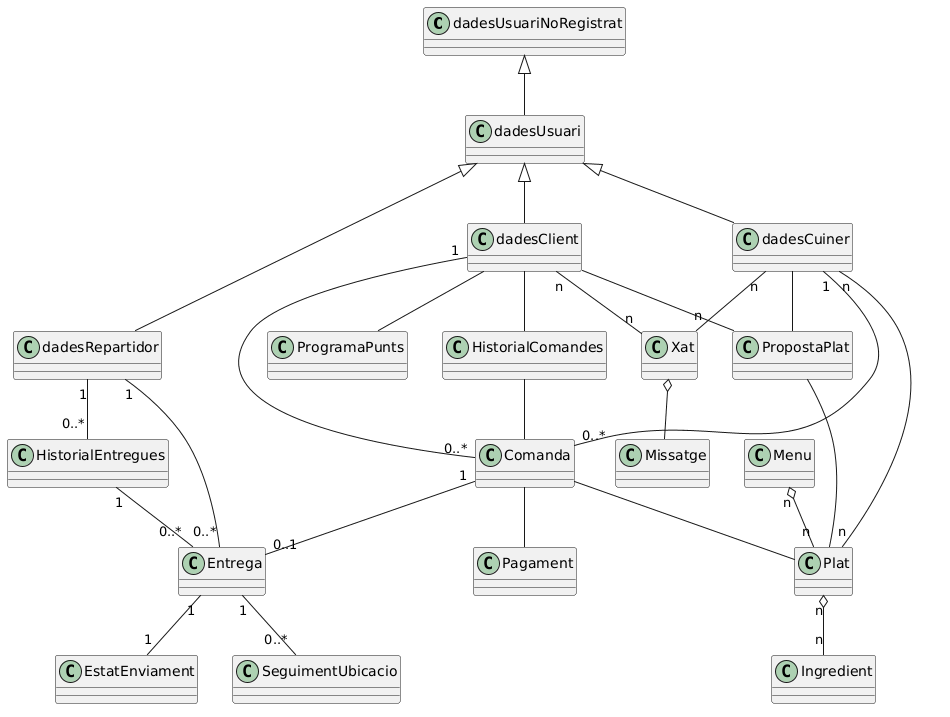
Before: others/sprint3/diagrama_clases/DiagramaGeneral.png, a diagram exported from PlantUML (AndresVT24/ES23UAB-411-5).
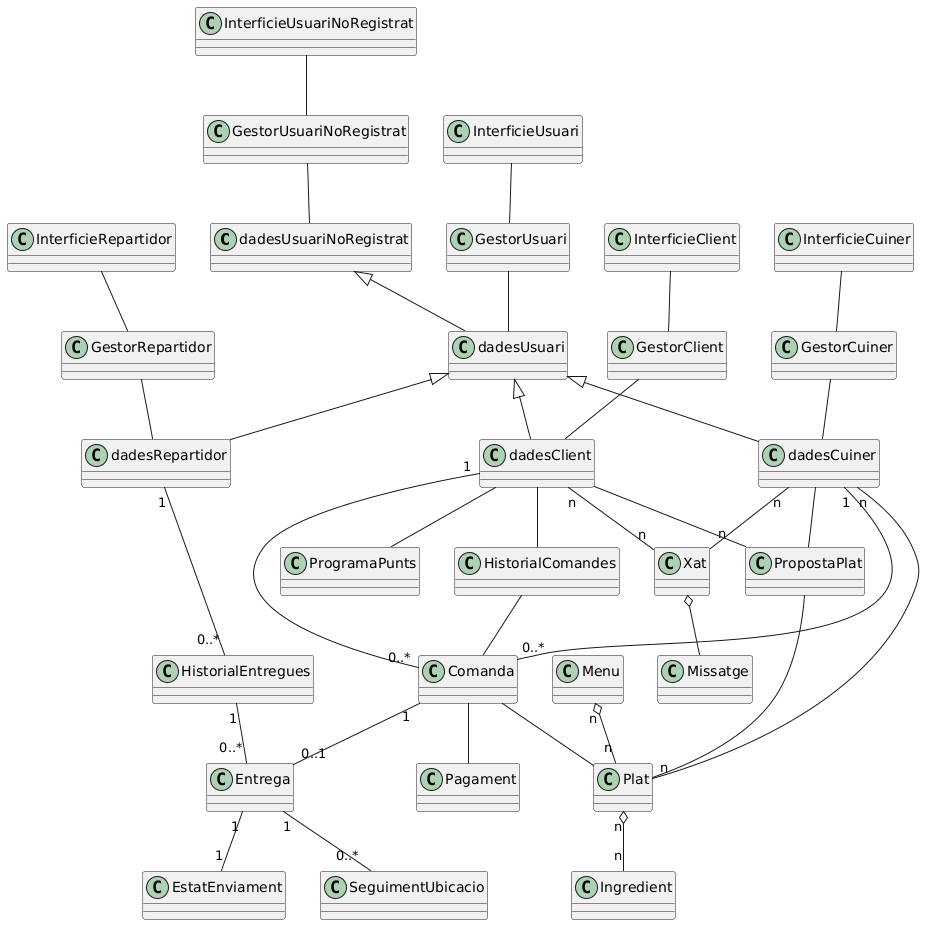
Later version of the same file.

Change to the diagram source:
```diff
@@ -16,6 +16,18 @@
 class Plat
 class Missatge
 class Ingredient
+
+class GestorClient
+class GestorCuiner
+class GestorRepartidor
+class GestorUsuari
+class GestorUsuariNoRegistrat
+
+class InterficieClient
+class InterficieCuiner
+class InterficieRepartidor
+class InterficieUsuari
+class InterficieUsuariNoRegistrat
 
 class HistorialEntregues
 class SeguimentUbicacio
@@ -49,11 +61,22 @@
 
 Xat o-- Missatge
 
-dadesRepartidor "1" -- "0..*" Entrega
 dadesRepartidor "1" -- "0..*" HistorialEntregues
 
 HistorialEntregues "1" -- "0..*" Entrega
 
 Entrega "1" -- "0..*" SeguimentUbicacio
 Entrega "1" -- "1" EstatEnviament
+
+GestorClient -- dadesClient
+GestorCuiner -- dadesCuiner
+GestorRepartidor -- dadesRepartidor
+GestorUsuari -- dadesUsuari
+GestorUsuariNoRegistrat -- dadesUsuariNoRegistrat
+
+InterficieClient -- GestorClient
+InterficieCuiner -- GestorCuiner
+InterficieRepartidor -- GestorRepartidor
+InterficieUsuari -- GestorUsuari
+InterficieUsuariNoRegistrat -- GestorUsuariNoRegistrat
 @enduml
```
